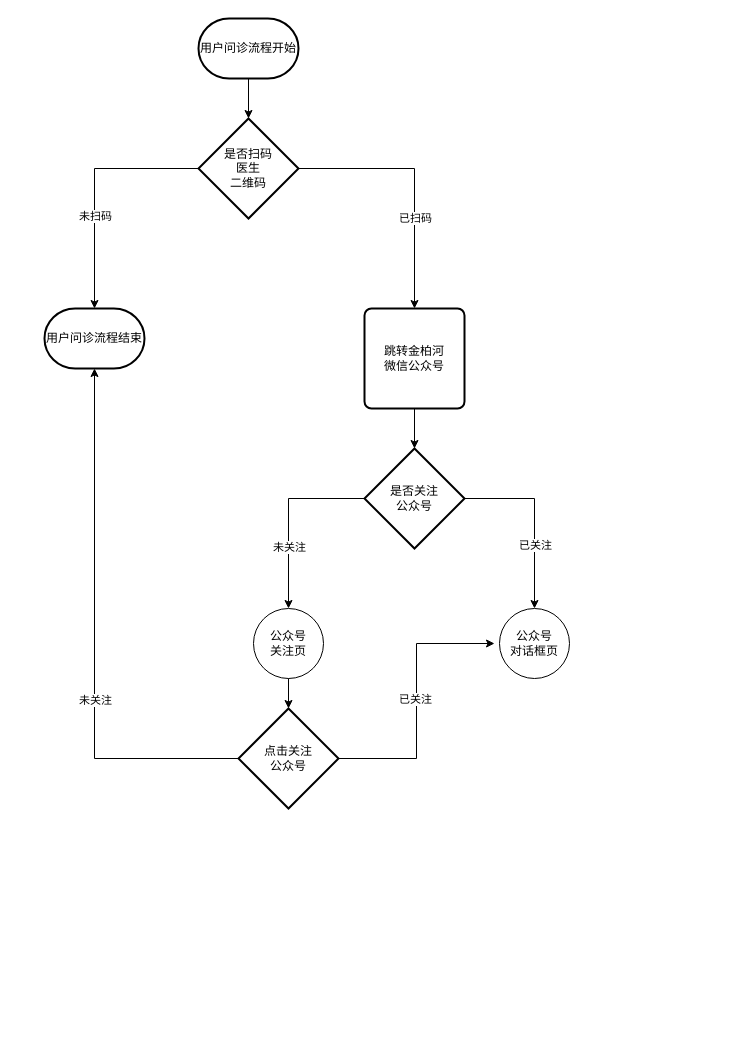
Earlier version of the draw.io diagram jbh/患者端问诊流程.drawio (GitHeP/diagrams). Source tidied: cells renumbered, new cells numbered last; positions are measured from the earlier drawing's top-left corner, leaving out a move shared by most shapes. Both pictures are drawn from the tidied source at 100%, with x=0, y=0 at pixel (44, 18).
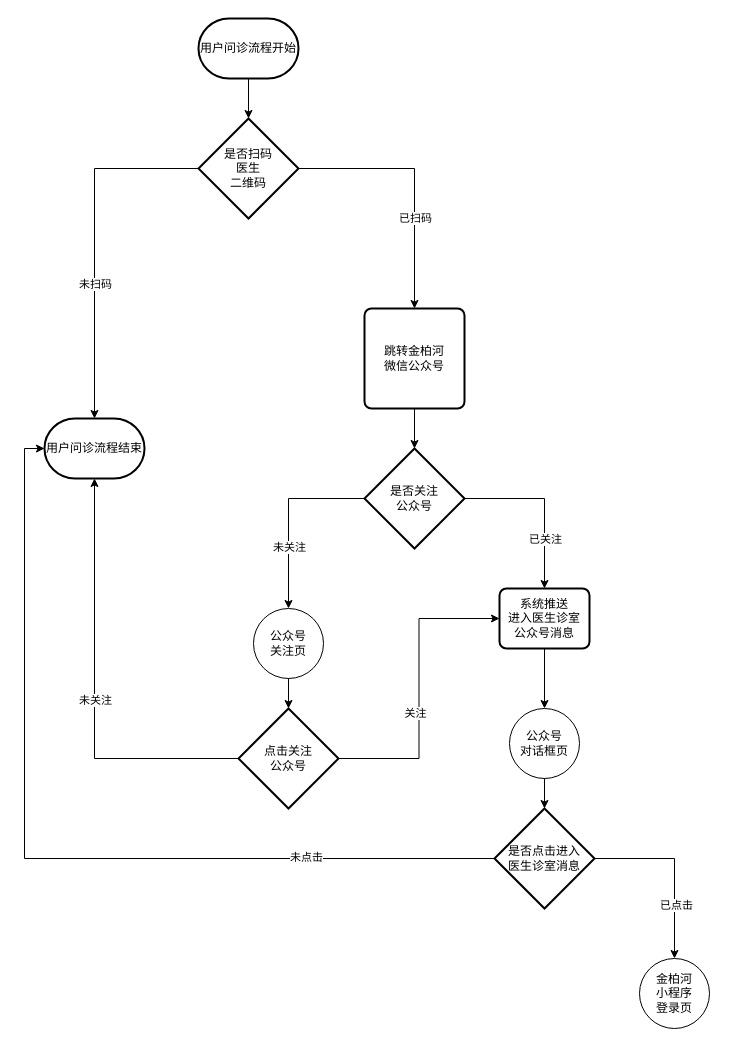
The same page after the edit.

Commit message (it also covers changes not shown here):
更新患者端问诊流程.drawio

Unchanged cells that the change refers to:
```xml
<mxCell id="16" value="是否关注&lt;br&gt;公众号" style="strokeWidth=2;html=1;shape=mxgraph.flowchart.decision;whiteSpace=wrap;" parent="1" vertex="1">
  <mxGeometry x="320" y="430" width="100" height="100" as="geometry" />
</mxCell>
<mxCell id="22" style="edgeStyle=orthogonalEdgeStyle;rounded=0;jettySize=auto;html=1;entryX=0.5;entryY=1;entryDx=0;entryDy=0;entryPerimeter=0;" parent="1" edge="1" source="26" target="4">
  <mxGeometry relative="1" as="geometry" />
</mxCell>
<mxCell id="26" value="点击关注&lt;br&gt;公众号" style="strokeWidth=2;html=1;shape=mxgraph.flowchart.decision;whiteSpace=wrap;" parent="1" vertex="1">
  <mxGeometry x="194" y="690" width="100" height="100" as="geometry" />
</mxCell>
```

What changed in the source:
```diff
@@
     <mxCell id="4" value="用户问诊流程结束" style="strokeWidth=2;html=1;shape=mxgraph.flowchart.terminator;whiteSpace=wrap;" parent="1" vertex="1">
-      <mxGeometry y="290" width="100" height="60" as="geometry" />
+      <mxGeometry y="400" width="100" height="60" as="geometry" />
     </mxCell>
@@
-    <mxCell id="14" style="edgeStyle=orthogonalEdgeStyle;rounded=0;jettySize=auto;html=1;entryX=0.5;entryY=0;entryDx=0;entryDy=0;" parent="1" edge="1" source="16" target="21">
-      <mxGeometry relative="1" as="geometry" />
-    </mxCell>
-    <mxCell id="15" value="已关注" style="edgeLabel;html=1;align=center;verticalAlign=middle;" parent="14" vertex="1">
-      <mxGeometry x="0.13" y="1" relative="1" as="geometry">
-        <mxPoint x="-1" y="14" as="offset" />
-      </mxGeometry>
-    </mxCell>
+    <mxCell id="27" style="edgeStyle=orthogonalEdgeStyle;rounded=0;jettySize=auto;html=1;entryX=0.5;entryY=0;entryDx=0;entryDy=0;" parent="1" edge="1" source="16" target="33">
+      <mxGeometry relative="1" as="geometry" />
+    </mxCell>
+    <mxCell id="28" value="已关注" style="edgeLabel;html=1;align=center;verticalAlign=middle;" parent="27" vertex="1">
+      <mxGeometry x="0.34" y="1" relative="1" as="geometry">
+        <mxPoint x="-1" y="6" as="offset" />
+      </mxGeometry>
+    </mxCell>
@@
     <mxCell id="20" style="verticalLabelPosition=bottom;verticalAlign=top;html=1;shape=mxgraph.flowchart.on-page_reference;" parent="1" vertex="1">
-      <mxGeometry x="455" y="590" width="70" height="70" as="geometry" />
+      <mxGeometry x="465" y="690" width="70" height="70" as="geometry" />
     </mxCell>
+    <mxCell id="29" style="edgeStyle=orthogonalEdgeStyle;rounded=0;jettySize=auto;html=1;exitX=0.5;exitY=1;exitDx=0;exitDy=0;" parent="1" edge="1" source="21" target="38">
+      <mxGeometry relative="1" as="geometry" />
+    </mxCell>
     <mxCell id="21" value="公众号&lt;br&gt;对话框页" style="text;html=1;strokeColor=none;fillColor=none;align=center;verticalAlign=middle;whiteSpace=wrap;rounded=0;" parent="1" vertex="1">
-      <mxGeometry x="450" y="590" width="80" height="70" as="geometry" />
+      <mxGeometry x="460" y="690" width="80" height="70" as="geometry" />
     </mxCell>
@@
     <mxCell id="23" value="未关注" style="edgeLabel;html=1;align=center;verticalAlign=middle;" parent="22" vertex="1">
       <mxGeometry x="-0.21" y="1" relative="1" as="geometry">
-        <mxPoint x="1" y="8" as="offset" />
+        <mxPoint x="1" y="-36" as="offset" />
       </mxGeometry>
     </mxCell>
-    <mxCell id="24" style="edgeStyle=orthogonalEdgeStyle;rounded=0;jettySize=auto;html=1;entryX=0;entryY=0.5;entryDx=0;entryDy=0;" parent="1" edge="1" source="26" target="21">
-      <mxGeometry relative="1" as="geometry" />
-    </mxCell>
-    <mxCell id="25" value="已关注" style="edgeLabel;html=1;align=center;verticalAlign=middle;" parent="24" vertex="1">
-      <mxGeometry x="-0.14" relative="1" as="geometry">
-        <mxPoint x="-2" y="-21" as="offset" />
-      </mxGeometry>
-    </mxCell>
+    <mxCell id="30" style="edgeStyle=orthogonalEdgeStyle;rounded=0;jettySize=auto;html=1;entryX=0;entryY=0.5;entryDx=0;entryDy=0;" parent="1" edge="1" source="26" target="33">
+      <mxGeometry relative="1" as="geometry" />
+    </mxCell>
+    <mxCell id="31" value="关注" style="edgeLabel;html=1;align=center;verticalAlign=middle;" parent="30" vertex="1">
+      <mxGeometry x="-0.19" y="-2" relative="1" as="geometry">
+        <mxPoint x="-6" y="-4" as="offset" />
+      </mxGeometry>
+    </mxCell>
@@
+    <mxCell id="32" style="edgeStyle=orthogonalEdgeStyle;rounded=0;jettySize=auto;html=1;" parent="1" edge="1" source="33" target="21">
+      <mxGeometry relative="1" as="geometry" />
+    </mxCell>
+    <mxCell id="33" value="系统推送&lt;br&gt;进入医生诊室&lt;br&gt;公众号消息" style="rounded=1;whiteSpace=wrap;html=1;absoluteArcSize=1;arcSize=14;strokeWidth=2;" parent="1" vertex="1">
+      <mxGeometry x="455" y="570" width="90" height="60" as="geometry" />
+    </mxCell>
+    <mxCell id="34" style="edgeStyle=orthogonalEdgeStyle;rounded=0;jettySize=auto;html=1;entryX=0;entryY=0.5;entryDx=0;entryDy=0;entryPerimeter=0;" parent="1" edge="1" source="38" target="4">
+      <mxGeometry relative="1" as="geometry" />
+    </mxCell>
+    <mxCell id="35" value="未点击" style="edgeLabel;html=1;align=center;verticalAlign=middle;" parent="34" vertex="1">
+      <mxGeometry x="-0.58" y="-2" relative="1" as="geometry" />
+    </mxCell>
+    <mxCell id="36" style="edgeStyle=orthogonalEdgeStyle;rounded=0;jettySize=auto;html=1;entryX=0.5;entryY=0;entryDx=0;entryDy=0;" parent="1" edge="1" source="38" target="40">
+      <mxGeometry relative="1" as="geometry" />
+    </mxCell>
+    <mxCell id="37" value="已点击" style="edgeLabel;html=1;align=center;verticalAlign=middle;" parent="36" vertex="1">
+      <mxGeometry x="0.29" y="1" relative="1" as="geometry">
+        <mxPoint y="10" as="offset" />
+      </mxGeometry>
+    </mxCell>
+    <mxCell id="38" value="是否点击进入&lt;br&gt;医生诊室消息" style="strokeWidth=2;html=1;shape=mxgraph.flowchart.decision;whiteSpace=wrap;" parent="1" vertex="1">
+      <mxGeometry x="450" y="790" width="100" height="100" as="geometry" />
+    </mxCell>
+    <mxCell id="39" style="verticalLabelPosition=bottom;verticalAlign=top;html=1;shape=mxgraph.flowchart.on-page_reference;" parent="1" vertex="1">
+      <mxGeometry x="595" y="940" width="70" height="70" as="geometry" />
+    </mxCell>
+    <mxCell id="40" value="金柏河&lt;br&gt;小程序&lt;br&gt;登录页" style="text;html=1;strokeColor=none;fillColor=none;align=center;verticalAlign=middle;whiteSpace=wrap;rounded=0;" parent="1" vertex="1">
+      <mxGeometry x="590" y="940" width="80" height="70" as="geometry" />
+    </mxCell>
```
